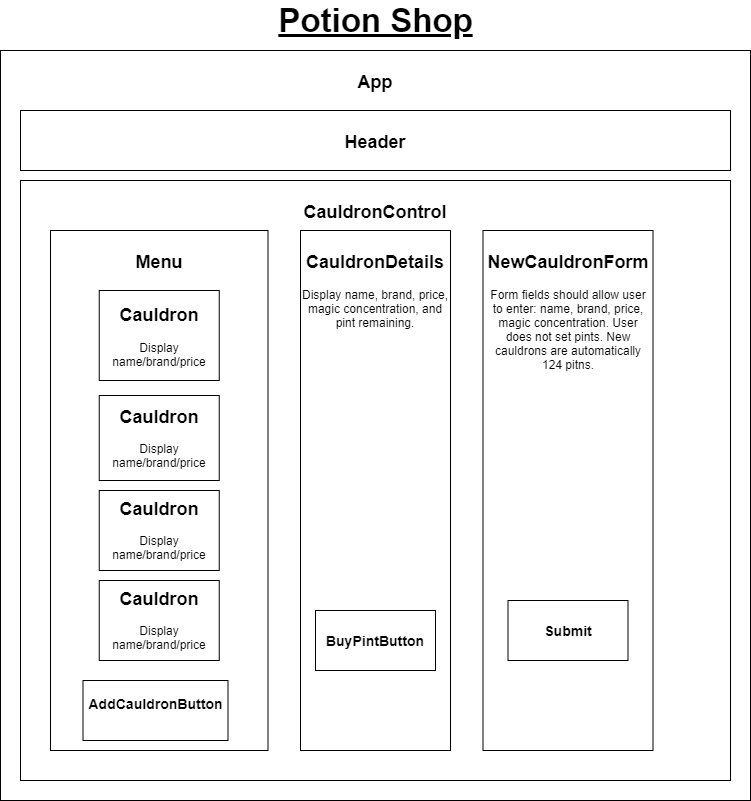
The draw.io diagram diagrams/potion-shop.drawio.png in shanencross/potion-shop, before a commit. Source tidied: cells renumbered, new cells last; positions are measured from the earlier drawing's top-left corner, leaving out a move shared by most shapes.
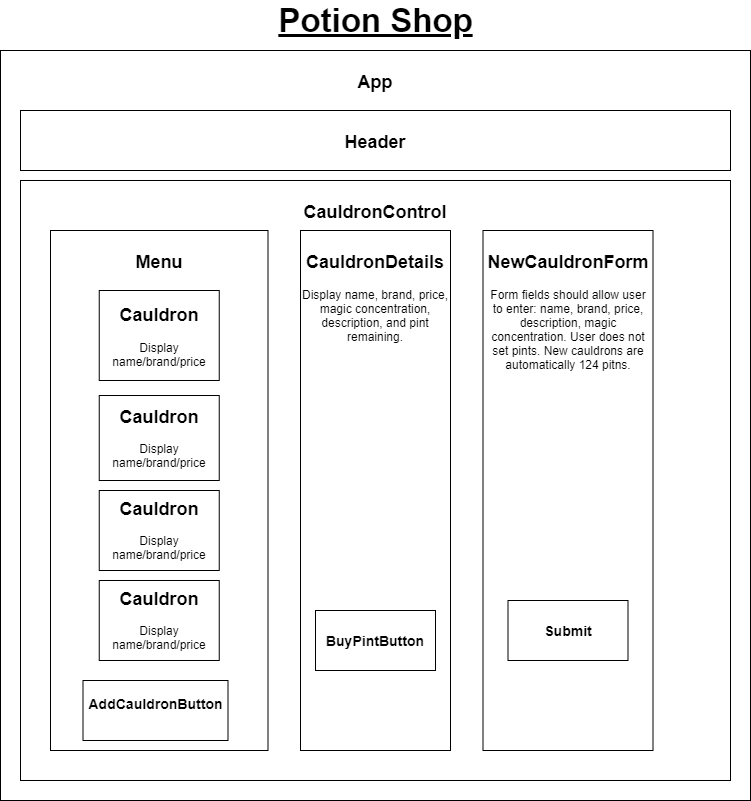
After the commit.

Commit message:
Add description property for cauldrons

Change to the diagram source:
```diff
@@ -23,10 +23,10 @@
     <mxCell id="8" value="&lt;h2&gt;Cauldron&lt;/h2&gt;&lt;h2&gt;&lt;p style=&quot;font-size: 12px ; font-weight: 400&quot;&gt;Display name/brand/price&lt;/p&gt;&lt;/h2&gt;" style="rounded=0;whiteSpace=wrap;html=1;verticalAlign=middle;" parent="1" vertex="1">
       <mxGeometry x="98.8" y="580" width="120" height="80" as="geometry" />
     </mxCell>
-    <mxCell id="9" value="&lt;h2&gt;CauldronDetails&lt;/h2&gt;&lt;div&gt;Display name, brand, price, magic concentration, and pint remaining.&lt;/div&gt;" style="rounded=0;whiteSpace=wrap;html=1;verticalAlign=top;" parent="1" vertex="1">
+    <mxCell id="9" value="&lt;h2&gt;CauldronDetails&lt;/h2&gt;&lt;div&gt;Display name, brand, price, magic concentration, description, and pint remaining.&lt;/div&gt;" style="rounded=0;whiteSpace=wrap;html=1;verticalAlign=top;" parent="1" vertex="1">
       <mxGeometry x="300" y="230" width="150" height="520" as="geometry" />
     </mxCell>
-    <mxCell id="10" value="&lt;h2&gt;NewCauldronForm&lt;/h2&gt;&lt;div&gt;Form fields should allow user to enter: name, brand, price, magic concentration. User does not set pints. New cauldrons are autom&lt;span&gt;atically 124 pitns.&lt;/span&gt;&lt;/div&gt;" style="rounded=0;whiteSpace=wrap;html=1;verticalAlign=top;" parent="1" vertex="1">
+    <mxCell id="10" value="&lt;h2&gt;NewCauldronForm&lt;/h2&gt;&lt;div&gt;Form fields should allow user to enter: name, brand, price, description, magic concentration. User does not set pints. New cauldrons are autom&lt;span&gt;atically 124 pitns.&lt;/span&gt;&lt;/div&gt;" style="rounded=0;whiteSpace=wrap;html=1;verticalAlign=top;" parent="1" vertex="1">
       <mxGeometry x="482.5" y="230" width="170" height="520" as="geometry" />
     </mxCell>
     <mxCell id="11" value="&lt;h3&gt;BuyPintButton&lt;/h3&gt;" style="rounded=0;whiteSpace=wrap;html=1;verticalAlign=middle;" parent="1" vertex="1">
```
